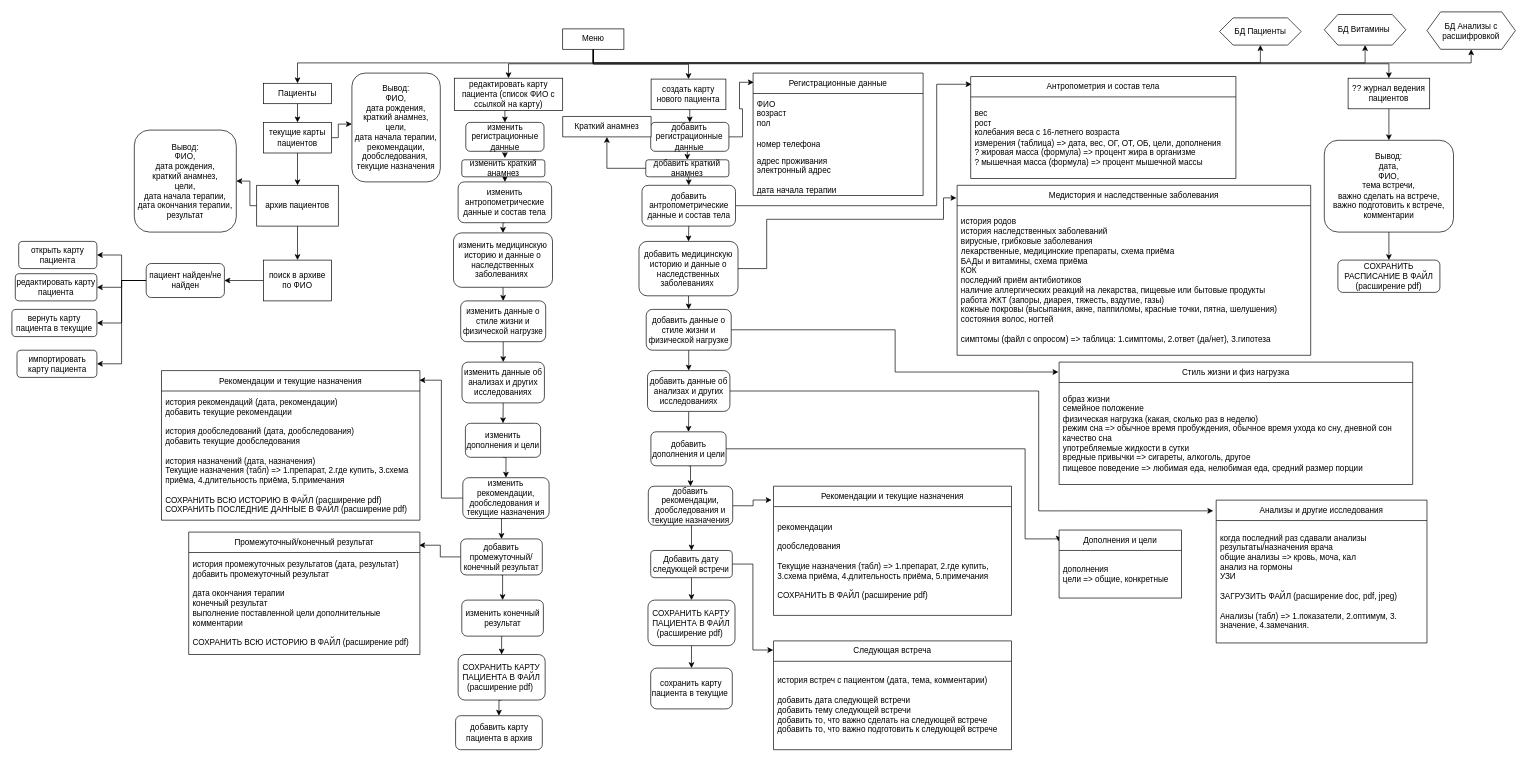
Above: структура.drawio in darya999r/Nutricio (draw.io), before the change. Source tidied: cells renumbered, new cells numbered last; positions are measured from the earlier drawing's top-left corner, leaving out a move shared by most shapes. Both pictures are drawn from the tidied source at 68%, with x=0, y=0 at pixel (12, 12).
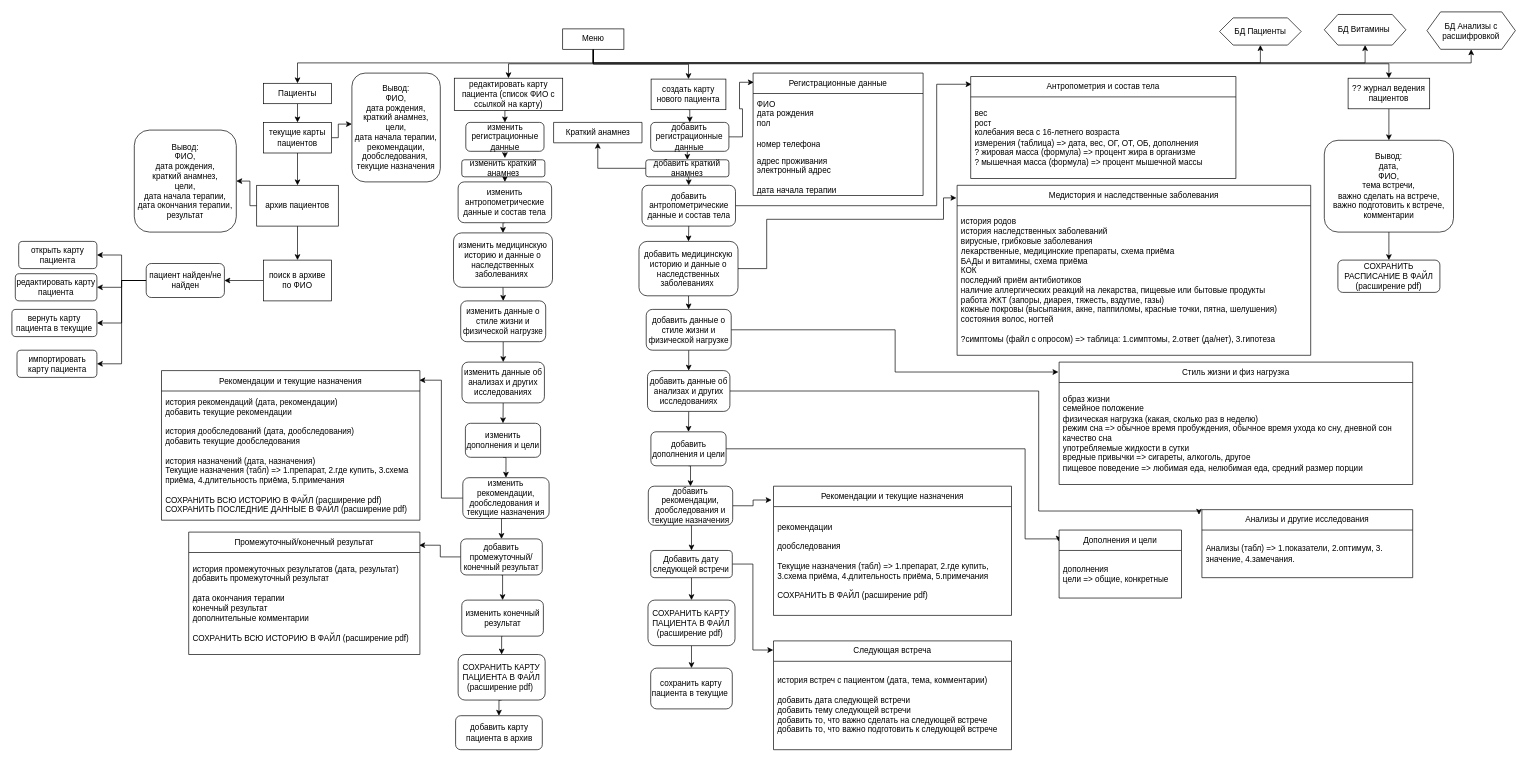
The same page after the edit.

Commit message (it also covers changes not shown here):
entities and attributes

Unchanged cells that the change refers to:
```xml
<mxCell id="84" value="Регистрационные данные" style="swimlane;fontStyle=0;horizontal=1;startSize=30;whiteSpace=wrap;html=1;" parent="1" vertex="1">
  <mxGeometry x="1090" y="90" width="250" height="180" as="geometry" />
</mxCell>
<mxCell id="88" value="Антропометрия и состав тела" style="swimlane;fontStyle=0;horizontal=1;startSize=30;whiteSpace=wrap;html=1;" parent="1" vertex="1">
  <mxGeometry x="1410" y="95" width="390" height="150" as="geometry" />
</mxCell>
<mxCell id="90" value="Медистория и наследственные заболевания" style="swimlane;fontStyle=0;horizontal=1;startSize=30;whiteSpace=wrap;html=1;" parent="1" vertex="1">
  <mxGeometry x="1390" y="255" width="520" height="250" as="geometry" />
</mxCell>
<mxCell id="100" value="Промежуточный/конечный результат" style="swimlane;fontStyle=0;horizontal=1;startSize=30;whiteSpace=wrap;html=1;" parent="1" vertex="1">
  <mxGeometry x="260" y="765" width="340" height="180" as="geometry" />
</mxCell>
```

What changed in the source:
```diff
@@
-    <mxCell id="85" value="ФИО&lt;br&gt;возраст&lt;br&gt;пол" style="text;strokeColor=none;fillColor=none;align=left;verticalAlign=middle;spacingLeft=4;spacingRight=4;overflow=hidden;whiteSpace=wrap;html=1;" parent="84" vertex="1">
+    <mxCell id="85" value="ФИО&lt;br&gt;дата рождения&lt;br&gt;пол" style="text;strokeColor=none;fillColor=none;align=left;verticalAlign=middle;spacingLeft=4;spacingRight=4;overflow=hidden;whiteSpace=wrap;html=1;" parent="84" vertex="1">
       <mxGeometry y="30" width="250" height="60" as="geometry" />
     </mxCell>
@@
-    <mxCell id="89" value="вес&lt;br&gt;рост&lt;br&gt;колебания веса с 16-летнего возраста&lt;br&gt;измерения (таблица) =&amp;gt; дата, вес, ОГ, ОТ, ОБ, цели, дополнения&lt;br&gt;? жировая масса (формула) =&amp;gt; процент жира в организме&lt;br&gt;? мышечная масса (формула) =&amp;gt; процент мышечной массы" style="text;strokeColor=none;fillColor=none;align=left;verticalAlign=middle;spacingLeft=4;spacingRight=4;overflow=hidden;whiteSpace=wrap;html=1;" parent="88" vertex="1">
+    <mxCell id="89" value="вес&lt;br&gt;рост&lt;br&gt;колебания веса с 16-летнего возраста&lt;br&gt;измерения (таблица) =&amp;gt; дата, вес, ОГ, ОТ, ОБ, дополнения&lt;br&gt;? жировая масса (формула) =&amp;gt; процент жира в организме&lt;br&gt;? мышечная масса (формула) =&amp;gt; процент мышечной массы" style="text;strokeColor=none;fillColor=none;align=left;verticalAlign=middle;spacingLeft=4;spacingRight=4;overflow=hidden;whiteSpace=wrap;html=1;" parent="88" vertex="1">
       <mxGeometry y="30" width="390" height="120" as="geometry" />
     </mxCell>
@@
-    <mxCell id="91" value="история родов&lt;br&gt;история наследственных заболеваний&lt;br&gt;вирусные, грибковые заболевания&lt;br&gt;лекарственные, медицинские препараты, схема приёма&lt;br&gt;БАДы и витамины, схема приёма&lt;br&gt;КОК&lt;br&gt;последний приём антибиотиков&lt;br&gt;наличие аллергических реакций на лекарства, пищевые или бытовые продукты&amp;nbsp;&lt;br&gt;работа ЖКТ (запоры, диарея, тяжесть, вздутие, газы)&lt;br&gt;кожные покровы (высыпания, акне, паппиломы, красные точки, пятна, шелушения)&lt;br&gt;состояния волос, ногтей&lt;br&gt;&lt;br&gt;симптомы (файл с опросом) =&amp;gt; таблица: 1.симптомы, 2.ответ (да/нет), 3.гипотеза" style="text;strokeColor=none;fillColor=none;align=left;verticalAlign=middle;spacingLeft=4;spacingRight=4;overflow=hidden;whiteSpace=wrap;html=1;" parent="90" vertex="1">
+    <mxCell id="91" value="история родов&lt;br&gt;история наследственных заболеваний&lt;br&gt;вирусные, грибковые заболевания&lt;br&gt;лекарственные, медицинские препараты, схема приёма&lt;br&gt;БАДы и витамины, схема приёма&lt;br&gt;КОК&lt;br&gt;последний приём антибиотиков&lt;br&gt;наличие аллергических реакций на лекарства, пищевые или бытовые продукты&amp;nbsp;&lt;br&gt;работа ЖКТ (запоры, диарея, тяжесть, вздутие, газы)&lt;br&gt;кожные покровы (высыпания, акне, паппиломы, красные точки, пятна, шелушения)&lt;br&gt;состояния волос, ногтей&lt;br&gt;&lt;br&gt;?симптомы (файл с опросом) =&amp;gt; таблица: 1.симптомы, 2.ответ (да/нет), 3.гипотеза" style="text;strokeColor=none;fillColor=none;align=left;verticalAlign=middle;spacingLeft=4;spacingRight=4;overflow=hidden;whiteSpace=wrap;html=1;" parent="90" vertex="1">
       <mxGeometry y="30" width="520" height="220" as="geometry" />
     </mxCell>
@@
     <mxCell id="94" value="Анализы и другие исследования" style="swimlane;fontStyle=0;horizontal=1;startSize=30;whiteSpace=wrap;html=1;" parent="1" vertex="1">
-      <mxGeometry x="1771" y="718" width="310" height="210" as="geometry" />
+      <mxGeometry x="1750" y="732" width="310" height="100" as="geometry" />
     </mxCell>
-    <mxCell id="95" value="когда последний раз сдавали анализы&lt;br&gt;результаты/назначения врача&lt;br&gt;общие анализы =&amp;gt; кровь, моча, кал&lt;br&gt;анализ на гормоны&lt;br&gt;УЗИ&lt;br&gt;&lt;br&gt;ЗАГРУЗИТЬ ФАЙЛ (расширение doc, pdf, jpeg)&lt;br&gt;&lt;br&gt;Анализы (табл) =&amp;gt; 1.показатели, 2.оптимум, 3. значение, 4.замечания." style="text;strokeColor=none;fillColor=none;align=left;verticalAlign=middle;spacingLeft=4;spacingRight=4;overflow=hidden;whiteSpace=wrap;html=1;" parent="94" vertex="1">
-      <mxGeometry y="30" width="310" height="180" as="geometry" />
+    <mxCell id="95" value="Анализы (табл) =&amp;gt; 1.показатели, 2.оптимум, 3. значение, 4.замечания.&lt;br&gt;" style="text;strokeColor=none;fillColor=none;align=left;verticalAlign=middle;spacingLeft=4;spacingRight=4;overflow=hidden;whiteSpace=wrap;html=1;" parent="94" vertex="1">
+      <mxGeometry y="30" width="310" height="70" as="geometry" />
     </mxCell>
@@
-    <mxCell id="101" value="история промежуточных результатов (дата, результат)&lt;br&gt;добавить промежуточный результат&lt;br&gt;&lt;br&gt;дата окончания терапии&lt;br&gt;конечный результат&lt;br&gt;выполнение поставленной цели дополнительные комментарии&lt;br&gt;&lt;br&gt;СОХРАНИТЬ ВСЮ ИСТОРИЮ В ФАЙЛ (расширение pdf)" style="text;strokeColor=none;fillColor=none;align=left;verticalAlign=middle;spacingLeft=4;spacingRight=4;overflow=hidden;whiteSpace=wrap;html=1;" parent="100" vertex="1">
+    <mxCell id="101" value="история промежуточных результатов (дата, результат)&lt;br&gt;добавить промежуточный результат&lt;br&gt;&lt;br&gt;дата окончания терапии&lt;br&gt;конечный результат&lt;br&gt;дополнительные комментарии&lt;br&gt;&lt;br&gt;СОХРАНИТЬ ВСЮ ИСТОРИЮ В ФАЙЛ (расширение pdf)" style="text;strokeColor=none;fillColor=none;align=left;verticalAlign=middle;spacingLeft=4;spacingRight=4;overflow=hidden;whiteSpace=wrap;html=1;" parent="100" vertex="1">
       <mxGeometry y="30" width="340" height="150" as="geometry" />
     </mxCell>
@@
     <mxCell id="105" value="Краткий анамнез" style="swimlane;fontStyle=0;horizontal=1;startSize=30;whiteSpace=wrap;html=1;" parent="1" vertex="1" collapsed="1">
-      <mxGeometry x="810" y="153.8" width="130" height="30" as="geometry" />
+      <mxGeometry x="796.6" y="162.5" width="130" height="30" as="geometry" />
     </mxCell>
```
